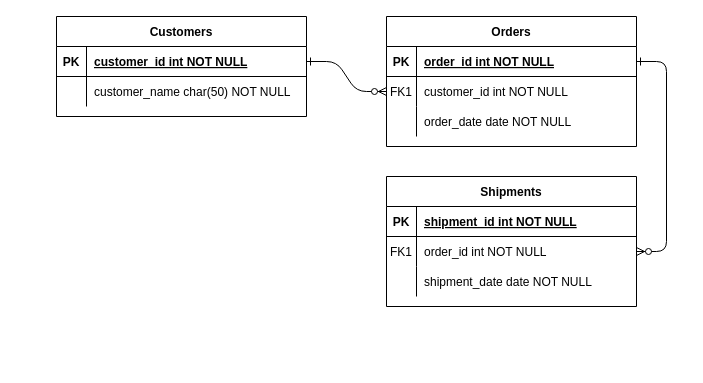
The draw.io diagram Untitled Diagram.drawio in redbrev336/redbrev336, before the edit. Source tidied: cells renumbered, new cells numbered last; positions are measured from the earlier drawing's top-left corner, leaving out a move shared by most shapes. Both pictures are drawn from the tidied source at 100%, with x=0, y=0 at pixel (56, 16).
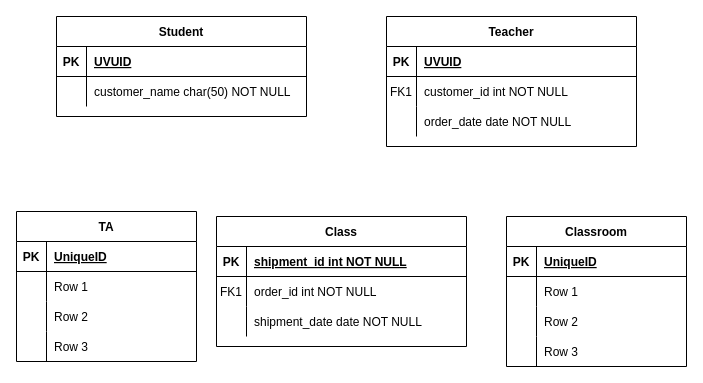
The same page after the edit.

The change refers to these unchanged cells:
```xml
<mxCell id="5" style="shape=partialRectangle;fillColor=none;points=[[0,0.5],[1,0.5]];portConstraint=eastwest;top=0;left=0;right=0;bottom=1;" parent="4" vertex="1">
  <mxGeometry y="30" width="250" height="30" as="geometry" />
</mxCell>
<mxCell id="8" style="shape=partialRectangle;fillColor=none;points=[[0,0.5],[1,0.5]];portConstraint=eastwest;top=0;left=0;right=0;bottom=0;" parent="4" vertex="1">
  <mxGeometry y="60" width="250" height="30" as="geometry" />
</mxCell>
<mxCell id="18" style="shape=partialRectangle;fillColor=none;points=[[0,0.5],[1,0.5]];portConstraint=eastwest;top=0;left=0;right=0;bottom=0;" parent="14" vertex="1">
  <mxGeometry y="60" width="250" height="30" as="geometry" />
</mxCell>
<mxCell id="25" style="shape=partialRectangle;fillColor=none;points=[[0,0.5],[1,0.5]];portConstraint=eastwest;top=0;left=0;right=0;bottom=1;" parent="24" vertex="1">
  <mxGeometry y="30" width="250" height="30" as="geometry" />
</mxCell>
```

What changed in the source:
```diff
@@
-    <mxCell id="2" style="edgeStyle=entityRelationEdgeStyle;endArrow=ERzeroToMany;startArrow=ERone;endFill=1;startFill=0;" parent="1" edge="1" source="25" target="8">
-      <mxGeometry relative="1" as="geometry" />
-    </mxCell>
-    <mxCell id="3" style="edgeStyle=entityRelationEdgeStyle;endArrow=ERzeroToMany;startArrow=ERone;endFill=1;startFill=0;" parent="1" edge="1" source="5" target="18">
-      <mxGeometry relative="1" as="geometry" />
-    </mxCell>
-    <mxCell id="4" value="Orders" style="shape=table;startSize=30;childLayout=tableLayout;rowLines=0;fontStyle=1;align=center;" parent="1" vertex="1">
+    <mxCell id="4" value="Teacher" style="shape=table;startSize=30;childLayout=tableLayout;rowLines=0;fontStyle=1;align=center;" parent="1" vertex="1">
       <mxGeometry x="330" width="250" height="130" as="geometry" />
     </mxCell>
@@
-    <mxCell id="7" value="order_id int NOT NULL " style="shape=partialRectangle;overflow=hidden;fillColor=none;top=0;left=0;bottom=0;right=0;align=left;spacingLeft=6;fontStyle=5;" parent="5" vertex="1">
+    <mxCell id="7" value="UVUID" style="shape=partialRectangle;overflow=hidden;fillColor=none;top=0;left=0;bottom=0;right=0;align=left;spacingLeft=6;fontStyle=5;" parent="5" vertex="1">
       <mxGeometry x="30" width="220" height="30" as="geometry" />
     </mxCell>
@@
-    <mxCell id="14" value="Shipments" style="shape=table;startSize=30;childLayout=tableLayout;rowLines=0;fontStyle=1;align=center;" parent="1" vertex="1">
-      <mxGeometry x="330" y="160" width="250" height="130" as="geometry" />
+    <mxCell id="14" value="Class" style="shape=table;startSize=30;childLayout=tableLayout;rowLines=0;fontStyle=1;align=center;" parent="1" vertex="1">
+      <mxGeometry x="160" y="200" width="250" height="130" as="geometry" />
     </mxCell>
@@
-    <mxCell id="24" value="Customers" style="shape=table;startSize=30;childLayout=tableLayout;rowLines=0;fontStyle=1;align=center;" parent="1" vertex="1">
+    <mxCell id="24" value="Student" style="shape=table;startSize=30;childLayout=tableLayout;rowLines=0;fontStyle=1;align=center;" parent="1" vertex="1">
       <mxGeometry width="250" height="100" as="geometry" />
     </mxCell>
@@
-    <mxCell id="27" value="customer_id int NOT NULL " style="shape=partialRectangle;overflow=hidden;fillColor=none;top=0;left=0;bottom=0;right=0;align=left;spacingLeft=6;fontStyle=5;" parent="25" vertex="1">
+    <mxCell id="27" value="UVUID" style="shape=partialRectangle;overflow=hidden;fillColor=none;top=0;left=0;bottom=0;right=0;align=left;spacingLeft=6;fontStyle=5;" parent="25" vertex="1">
       <mxGeometry x="30" width="220" height="30" as="geometry" />
     </mxCell>
@@
+    <mxCell id="31" value="TA" style="shape=table;startSize=30;childLayout=tableLayout;rowLines=0;fontStyle=1;align=center;" parent="1" vertex="1">
+      <mxGeometry x="-40" y="195" width="180" height="150" as="geometry" />
+    </mxCell>
+    <mxCell id="32" style="shape=tableRow;horizontal=0;startSize=0;swimlaneHead=0;swimlaneBody=0;fillColor=none;top=0;left=0;right=0;bottom=1;" parent="31" vertex="1">
+      <mxGeometry y="30" width="180" height="30" as="geometry" />
+    </mxCell>
+    <mxCell id="33" value="PK" style="shape=partialRectangle;fillColor=none;top=0;left=0;bottom=0;right=0;fontStyle=1;overflow=hidden;" parent="32" vertex="1">
+      <mxGeometry width="30" height="30" as="geometry" />
+    </mxCell>
+    <mxCell id="34" value="UniqueID" style="shape=partialRectangle;fillColor=none;top=0;left=0;bottom=0;right=0;align=left;spacingLeft=6;fontStyle=5;overflow=hidden;" parent="32" vertex="1">
+      <mxGeometry x="30" width="150" height="30" as="geometry" />
+    </mxCell>
+    <mxCell id="35" style="shape=tableRow;horizontal=0;startSize=0;swimlaneHead=0;swimlaneBody=0;fillColor=none;top=0;left=0;right=0;bottom=0;" parent="31" vertex="1">
+      <mxGeometry y="60" width="180" height="30" as="geometry" />
+    </mxCell>
+    <mxCell id="36" style="shape=partialRectangle;fillColor=none;top=0;left=0;bottom=0;right=0;overflow=hidden;" parent="35" vertex="1">
+      <mxGeometry width="30" height="30" as="geometry" />
+    </mxCell>
+    <mxCell id="37" value="Row 1" style="shape=partialRectangle;fillColor=none;top=0;left=0;bottom=0;right=0;align=left;spacingLeft=6;overflow=hidden;" parent="35" vertex="1">
+      <mxGeometry x="30" width="150" height="30" as="geometry" />
+    </mxCell>
+    <mxCell id="38" style="shape=tableRow;horizontal=0;startSize=0;swimlaneHead=0;swimlaneBody=0;fillColor=none;top=0;left=0;right=0;bottom=0;" parent="31" vertex="1">
+      <mxGeometry y="90" width="180" height="30" as="geometry" />
+    </mxCell>
+    <mxCell id="39" style="shape=partialRectangle;fillColor=none;top=0;left=0;bottom=0;right=0;overflow=hidden;" parent="38" vertex="1">
+      <mxGeometry width="30" height="30" as="geometry" />
+    </mxCell>
+    <mxCell id="40" value="Row 2" style="shape=partialRectangle;fillColor=none;top=0;left=0;bottom=0;right=0;align=left;spacingLeft=6;overflow=hidden;" parent="38" vertex="1">
+      <mxGeometry x="30" width="150" height="30" as="geometry" />
+    </mxCell>
+    <mxCell id="41" style="shape=tableRow;horizontal=0;startSize=0;swimlaneHead=0;swimlaneBody=0;fillColor=none;top=0;left=0;right=0;bottom=0;" parent="31" vertex="1">
+      <mxGeometry y="120" width="180" height="30" as="geometry" />
+    </mxCell>
+    <mxCell id="42" style="shape=partialRectangle;fillColor=none;top=0;left=0;bottom=0;right=0;overflow=hidden;" parent="41" vertex="1">
+      <mxGeometry width="30" height="30" as="geometry" />
+    </mxCell>
+    <mxCell id="43" value="Row 3" style="shape=partialRectangle;fillColor=none;top=0;left=0;bottom=0;right=0;align=left;spacingLeft=6;overflow=hidden;" parent="41" vertex="1">
+      <mxGeometry x="30" width="150" height="30" as="geometry" />
+    </mxCell>
+    <mxCell id="44" value="Classroom" style="shape=table;startSize=30;childLayout=tableLayout;rowLines=0;fontStyle=1;align=center;" parent="1" vertex="1">
+      <mxGeometry x="450" y="200" width="180" height="150" as="geometry" />
+    </mxCell>
+    <mxCell id="45" style="shape=tableRow;horizontal=0;startSize=0;swimlaneHead=0;swimlaneBody=0;fillColor=none;top=0;left=0;right=0;bottom=1;" parent="44" vertex="1">
+      <mxGeometry y="30" width="180" height="30" as="geometry" />
+    </mxCell>
+    <mxCell id="46" value="PK" style="shape=partialRectangle;fillColor=none;top=0;left=0;bottom=0;right=0;fontStyle=1;overflow=hidden;" parent="45" vertex="1">
+      <mxGeometry width="30" height="30" as="geometry" />
+    </mxCell>
+    <mxCell id="47" value="UniqueID" style="shape=partialRectangle;fillColor=none;top=0;left=0;bottom=0;right=0;align=left;spacingLeft=6;fontStyle=5;overflow=hidden;" parent="45" vertex="1">
+      <mxGeometry x="30" width="150" height="30" as="geometry" />
+    </mxCell>
+    <mxCell id="48" style="shape=tableRow;horizontal=0;startSize=0;swimlaneHead=0;swimlaneBody=0;fillColor=none;top=0;left=0;right=0;bottom=0;" parent="44" vertex="1">
+      <mxGeometry y="60" width="180" height="30" as="geometry" />
+    </mxCell>
+    <mxCell id="49" style="shape=partialRectangle;fillColor=none;top=0;left=0;bottom=0;right=0;overflow=hidden;" parent="48" vertex="1">
+      <mxGeometry width="30" height="30" as="geometry" />
+    </mxCell>
+    <mxCell id="50" value="Row 1" style="shape=partialRectangle;fillColor=none;top=0;left=0;bottom=0;right=0;align=left;spacingLeft=6;overflow=hidden;" parent="48" vertex="1">
+      <mxGeometry x="30" width="150" height="30" as="geometry" />
+    </mxCell>
+    <mxCell id="51" style="shape=tableRow;horizontal=0;startSize=0;swimlaneHead=0;swimlaneBody=0;fillColor=none;top=0;left=0;right=0;bottom=0;" parent="44" vertex="1">
+      <mxGeometry y="90" width="180" height="30" as="geometry" />
+    </mxCell>
+    <mxCell id="52" style="shape=partialRectangle;fillColor=none;top=0;left=0;bottom=0;right=0;overflow=hidden;" parent="51" vertex="1">
+      <mxGeometry width="30" height="30" as="geometry" />
+    </mxCell>
+    <mxCell id="53" value="Row 2" style="shape=partialRectangle;fillColor=none;top=0;left=0;bottom=0;right=0;align=left;spacingLeft=6;overflow=hidden;" parent="51" vertex="1">
+      <mxGeometry x="30" width="150" height="30" as="geometry" />
+    </mxCell>
+    <mxCell id="54" style="shape=tableRow;horizontal=0;startSize=0;swimlaneHead=0;swimlaneBody=0;fillColor=none;top=0;left=0;right=0;bottom=0;" parent="44" vertex="1">
+      <mxGeometry y="120" width="180" height="30" as="geometry" />
+    </mxCell>
+    <mxCell id="55" style="shape=partialRectangle;fillColor=none;top=0;left=0;bottom=0;right=0;overflow=hidden;" parent="54" vertex="1">
+      <mxGeometry width="30" height="30" as="geometry" />
+    </mxCell>
+    <mxCell id="56" value="Row 3" style="shape=partialRectangle;fillColor=none;top=0;left=0;bottom=0;right=0;align=left;spacingLeft=6;overflow=hidden;" parent="54" vertex="1">
+      <mxGeometry x="30" width="150" height="30" as="geometry" />
+    </mxCell>
```
